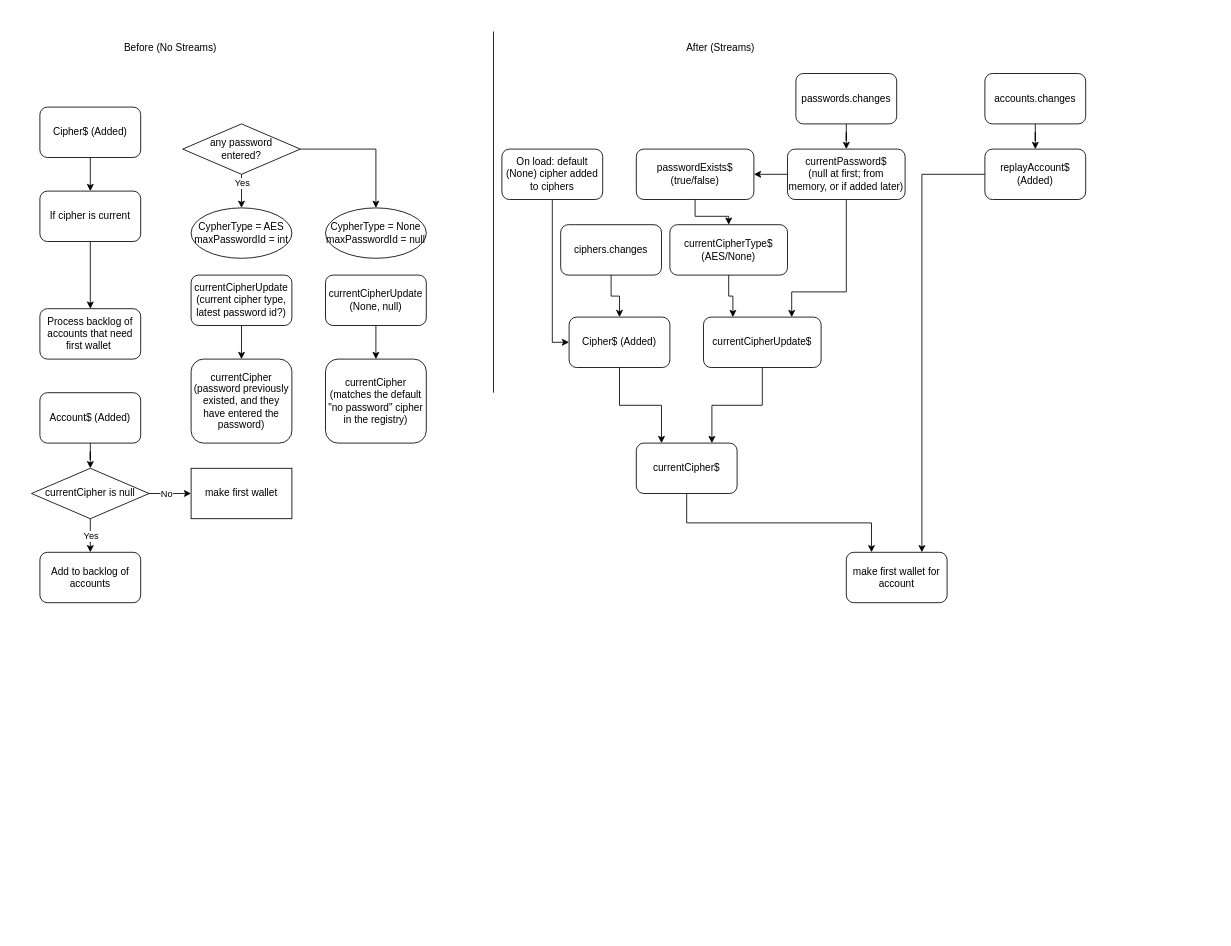
Before: raven_back/docs/diagrams/accounts_waiter.drawio in moontreeapp/moontree, a draw.io diagram. Source tidied: cells renumbered, new cells numbered last; positions are measured from the earlier drawing's top-left corner, leaving out a move shared by most shapes. Both pictures are drawn from the tidied source at 84%, with x=0, y=0 at pixel (31, 31).
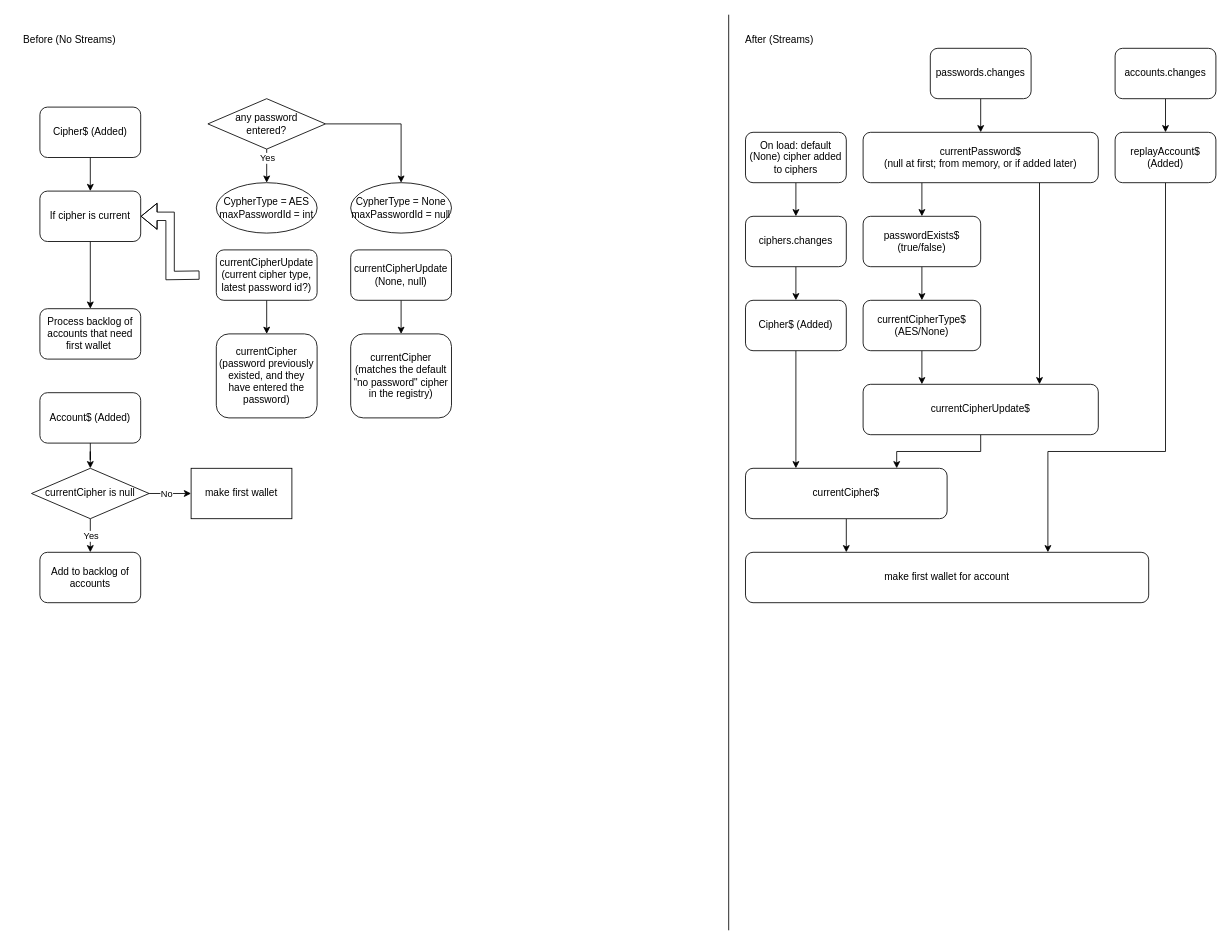
After the change.

Unchanged cells that the change refers to:
```xml
<mxCell id="8" value="If cipher is current" style="rounded=1;whiteSpace=wrap;html=1;" parent="1" vertex="1">
  <mxGeometry x="10" y="190" width="120" height="60" as="geometry" />
</mxCell>
```

Diff of the diagram source:
```diff
@@
     <mxCell id="2" style="endArrow=none;html=1;" parent="1" edge="1">
       <mxGeometry relative="1" as="geometry">
-        <mxPoint x="550" y="430" as="sourcePoint" />
-        <mxPoint x="550" as="targetPoint" />
+        <mxPoint x="830" y="1070" as="sourcePoint" />
+        <mxPoint x="830" y="-20" as="targetPoint" />
       </mxGeometry>
     </mxCell>
     <mxCell id="3" value="Before (No Streams)" style="text;html=1;align=center;verticalAlign=middle;strokeColor=none;" parent="1" vertex="1">
-      <mxGeometry x="100" y="10" width="130" height="20" as="geometry" />
+      <mxGeometry x="-20" width="130" height="20" as="geometry" />
     </mxCell>
     <mxCell id="4" value="After (Streams)" style="text;html=1;align=center;verticalAlign=middle;strokeColor=none;" parent="1" vertex="1">
-      <mxGeometry x="770" y="10" width="100" height="20" as="geometry" />
+      <mxGeometry x="840" width="100" height="20" as="geometry" />
     </mxCell>
@@
     <mxCell id="20" value="currentCipherUpdate&lt;br&gt;(current cipher type, latest password id?)" style="rounded=1;whiteSpace=wrap;html=1;" parent="1" vertex="1">
-      <mxGeometry x="190" y="290" width="120" height="60" as="geometry" />
+      <mxGeometry x="220" y="260" width="120" height="60" as="geometry" />
     </mxCell>
@@
+    <mxCell id="55" style="edgeStyle=orthogonalEdgeStyle;rounded=0;jettySize=auto;html=1;entryX=1;entryY=0.5;entryDx=0;entryDy=0;shape=flexArrow;" parent="1" edge="1" target="8">
+      <mxGeometry relative="1" as="geometry">
+        <mxPoint x="200" y="290" as="sourcePoint" />
+      </mxGeometry>
+    </mxCell>
     <mxCell id="24" value="&lt;span&gt;any password&lt;br&gt;entered?&lt;/span&gt;" style="rhombus;whiteSpace=wrap;html=1;" parent="1" vertex="1">
-      <mxGeometry x="180" y="110" width="140" height="60" as="geometry" />
+      <mxGeometry x="210" y="80" width="140" height="60" as="geometry" />
     </mxCell>
     <mxCell id="25" value="CypherType = AES&lt;br&gt;maxPasswordId = int" style="ellipse;whiteSpace=wrap;html=1;" parent="1" vertex="1">
-      <mxGeometry x="190" y="210" width="120" height="60" as="geometry" />
+      <mxGeometry x="220" y="180" width="120" height="60" as="geometry" />
     </mxCell>
     <mxCell id="26" value="CypherType = None&lt;br&gt;maxPasswordId = null" style="ellipse;whiteSpace=wrap;html=1;" parent="1" vertex="1">
-      <mxGeometry x="350" y="210" width="120" height="60" as="geometry" />
+      <mxGeometry x="380" y="180" width="120" height="60" as="geometry" />
     </mxCell>
     <mxCell id="27" value="currentCipher (password previously existed, and they have entered the password)&lt;br&gt;" style="whiteSpace=wrap;html=1;rounded=1;" parent="1" vertex="1">
-      <mxGeometry x="190" y="390" width="120" height="100" as="geometry" />
+      <mxGeometry x="220" y="360" width="120" height="100" as="geometry" />
     </mxCell>
@@
     <mxCell id="29" value="currentCipherUpdate&lt;br&gt;(None, null)" style="rounded=1;whiteSpace=wrap;html=1;" parent="1" vertex="1">
-      <mxGeometry x="350" y="290" width="120" height="60" as="geometry" />
+      <mxGeometry x="380" y="260" width="120" height="60" as="geometry" />
     </mxCell>
     <mxCell id="30" value="currentCipher (matches the default &quot;no password&quot; cipher in the registry)" style="whiteSpace=wrap;html=1;rounded=1;" parent="1" vertex="1">
-      <mxGeometry x="350" y="390" width="120" height="100" as="geometry" />
+      <mxGeometry x="380" y="360" width="120" height="100" as="geometry" />
     </mxCell>
@@
     <mxCell id="32" value="Cipher$ (Added)" style="rounded=1;whiteSpace=wrap;html=1;" parent="1" vertex="1">
-      <mxGeometry x="640" y="340" width="120" height="60" as="geometry" />
+      <mxGeometry x="850" y="320" width="120" height="60" as="geometry" />
     </mxCell>
     <mxCell id="33" value="make first wallet for account" style="rounded=1;whiteSpace=wrap;html=1;" parent="1" vertex="1">
-      <mxGeometry x="970" y="620" width="120" height="60" as="geometry" />
+      <mxGeometry x="850" y="620" width="480" height="60" as="geometry" />
     </mxCell>
-    <mxCell id="34" style="edgeStyle=orthogonalEdgeStyle;rounded=0;jettySize=auto;html=1;entryX=0.75;entryY=0;entryDx=0;entryDy=0;" parent="1" edge="1" source="35" target="33">
-      <mxGeometry relative="1" as="geometry" />
+    <mxCell id="34" style="rounded=0;jettySize=auto;html=1;entryX=0.75;entryY=0;entryDx=0;entryDy=0;edgeStyle=orthogonalEdgeStyle;" parent="1" edge="1" source="35" target="33">
+      <mxGeometry relative="1" as="geometry">
+        <Array as="points">
+          <mxPoint x="1350" y="500" />
+          <mxPoint x="1210" y="500" />
+        </Array>
+      </mxGeometry>
     </mxCell>
     <mxCell id="35" value="replayAccount$ (Added)" style="rounded=1;whiteSpace=wrap;html=1;" parent="1" vertex="1">
-      <mxGeometry x="1135" y="140" width="120" height="60" as="geometry" />
+      <mxGeometry x="1290" y="120" width="120" height="60" as="geometry" />
     </mxCell>
-    <mxCell id="36" style="edgeStyle=orthogonalEdgeStyle;rounded=0;jettySize=auto;html=1;entryX=0;entryY=0.5;entryDx=0;entryDy=0;" parent="1" edge="1" source="37" target="32">
+    <mxCell id="36" style="edgeStyle=orthogonalEdgeStyle;rounded=0;jettySize=auto;html=1;entryX=0.5;entryY=0;entryDx=0;entryDy=0;" parent="1" edge="1" source="37" target="54">
       <mxGeometry relative="1" as="geometry" />
     </mxCell>
     <mxCell id="37" value="On load: default (None) cipher added to ciphers" style="rounded=1;whiteSpace=wrap;html=1;" parent="1" vertex="1">
-      <mxGeometry x="560" y="140" width="120" height="60" as="geometry" />
+      <mxGeometry x="850" y="120" width="120" height="60" as="geometry" />
     </mxCell>
@@
     <mxCell id="39" value="currentCipher$" style="whiteSpace=wrap;html=1;rounded=1;" parent="1" vertex="1">
-      <mxGeometry x="720" y="490" width="120" height="60" as="geometry" />
+      <mxGeometry x="850" y="520" width="240" height="60" as="geometry" />
     </mxCell>
@@
     <mxCell id="41" value="currentCipherUpdate$" style="whiteSpace=wrap;html=1;rounded=1;" parent="1" vertex="1">
-      <mxGeometry x="800" y="340" width="140" height="60" as="geometry" />
+      <mxGeometry x="990" y="420" width="280" height="60" as="geometry" />
     </mxCell>
@@
     <mxCell id="43" value="currentCipherType$&lt;br&gt;(AES/None)" style="whiteSpace=wrap;html=1;rounded=1;" parent="1" vertex="1">
-      <mxGeometry x="760" y="230" width="140" height="60" as="geometry" />
+      <mxGeometry x="990" y="320" width="140" height="60" as="geometry" />
     </mxCell>
-    <mxCell id="44" style="edgeStyle=orthogonalEdgeStyle;rounded=0;jettySize=auto;html=1;exitX=0.5;exitY=1;exitDx=0;exitDy=0;entryX=0.75;entryY=0;entryDx=0;entryDy=0;" parent="1" edge="1" source="46" target="41">
-      <mxGeometry relative="1" as="geometry">
-        <Array as="points">
-          <mxPoint x="970" y="310" />
-          <mxPoint x="905" y="310" />
-        </Array>
-      </mxGeometry>
+    <mxCell id="44" style="rounded=0;jettySize=auto;html=1;entryX=0.75;entryY=0;entryDx=0;entryDy=0;exitX=0.75;exitY=1;exitDx=0;exitDy=0;" parent="1" edge="1" source="46" target="41">
+      <mxGeometry relative="1" as="geometry" />
     </mxCell>
-    <mxCell id="45" style="edgeStyle=orthogonalEdgeStyle;rounded=0;jettySize=auto;html=1;entryX=1;entryY=0.5;entryDx=0;entryDy=0;" parent="1" edge="1" source="46" target="48">
+    <mxCell id="45" style="edgeStyle=orthogonalEdgeStyle;rounded=0;jettySize=auto;html=1;entryX=0.5;entryY=0;entryDx=0;entryDy=0;exitX=0.25;exitY=1;exitDx=0;exitDy=0;" parent="1" edge="1" source="46" target="48">
       <mxGeometry relative="1" as="geometry" />
     </mxCell>
     <mxCell id="46" value="currentPassword$&lt;br&gt;(null at first; from memory, or if added later)" style="whiteSpace=wrap;html=1;rounded=1;" parent="1" vertex="1">
-      <mxGeometry x="900" y="140" width="140" height="60" as="geometry" />
+      <mxGeometry x="990" y="120" width="280" height="60" as="geometry" />
     </mxCell>
@@
     <mxCell id="48" value="passwordExists$&lt;br&gt;(true/false)" style="whiteSpace=wrap;html=1;rounded=1;" parent="1" vertex="1">
-      <mxGeometry x="720" y="140" width="140" height="60" as="geometry" />
+      <mxGeometry x="990" y="220" width="140" height="60" as="geometry" />
     </mxCell>
@@
     <mxCell id="50" value="passwords.changes" style="rounded=1;whiteSpace=wrap;html=1;" parent="1" vertex="1">
-      <mxGeometry x="910" y="50" width="120" height="60" as="geometry" />
+      <mxGeometry x="1070" y="20" width="120" height="60" as="geometry" />
     </mxCell>
@@
     <mxCell id="52" value="accounts.changes" style="rounded=1;whiteSpace=wrap;html=1;" parent="1" vertex="1">
-      <mxGeometry x="1135" y="50" width="120" height="60" as="geometry" />
+      <mxGeometry x="1290" y="20" width="120" height="60" as="geometry" />
     </mxCell>
@@
     <mxCell id="54" value="ciphers.changes" style="rounded=1;whiteSpace=wrap;html=1;" parent="1" vertex="1">
-      <mxGeometry x="630" y="230" width="120" height="60" as="geometry" />
+      <mxGeometry x="850" y="220" width="120" height="60" as="geometry" />
     </mxCell>
```
